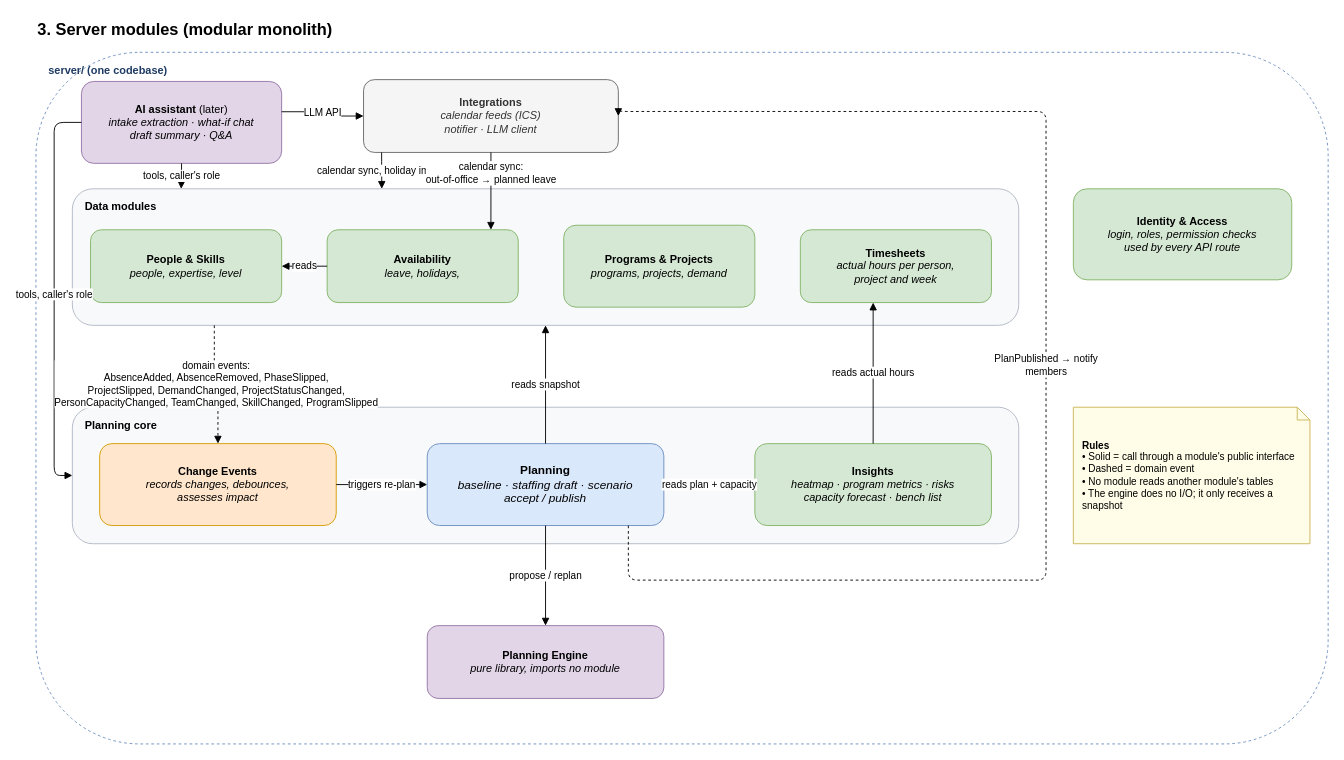
Above: page "3. Server modules" (3 of 9) of docs/architecture.drawio in dophnamm/the-slot-finder (draw.io), before the change. Source tidied: cells renumbered, new cells numbered last; positions are measured from the earlier drawing's top-left corner, leaving out a move shared by most shapes. Both pictures are drawn from the tidied source at 91%, with x=0, y=0 at pixel (35, 15).
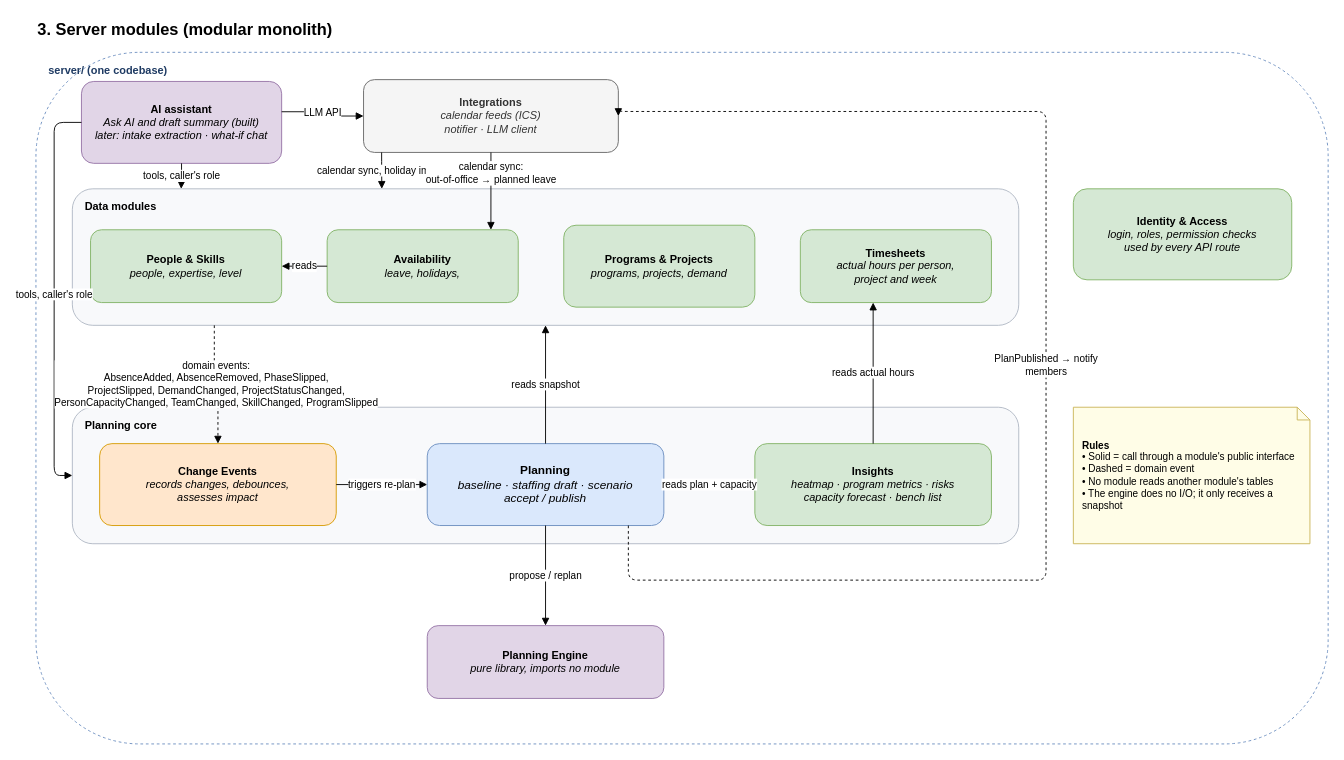
The same page after the edit.

Commit message (it also covers changes not shown here):
docs: describe the draft summary

The edit, as a diff of the source:
```diff
@@
-    <mxCell id="5" value="&lt;b&gt;AI assistant&lt;/b&gt; (later)&lt;br&gt;&lt;i&gt;intake extraction · what-if chat&lt;br&gt;draft summary · Q&amp;amp;A&lt;/i&gt;" style="rounded=1;whiteSpace=wrap;html=1;fillColor=#e1d5e7;strokeColor=#9673a6;" parent="1" vertex="1">
+    <mxCell id="5" value="&lt;b&gt;AI assistant&lt;/b&gt;&lt;br&gt;&lt;i&gt;Ask AI and draft summary (built)&lt;br&gt;later: intake extraction · what-if chat&lt;/i&gt;" style="rounded=1;whiteSpace=wrap;html=1;fillColor=#e1d5e7;strokeColor=#9673a6;" parent="1" vertex="1">
       <mxGeometry x="50" y="72" width="220" height="90" as="geometry" />
     </mxCell>
```
